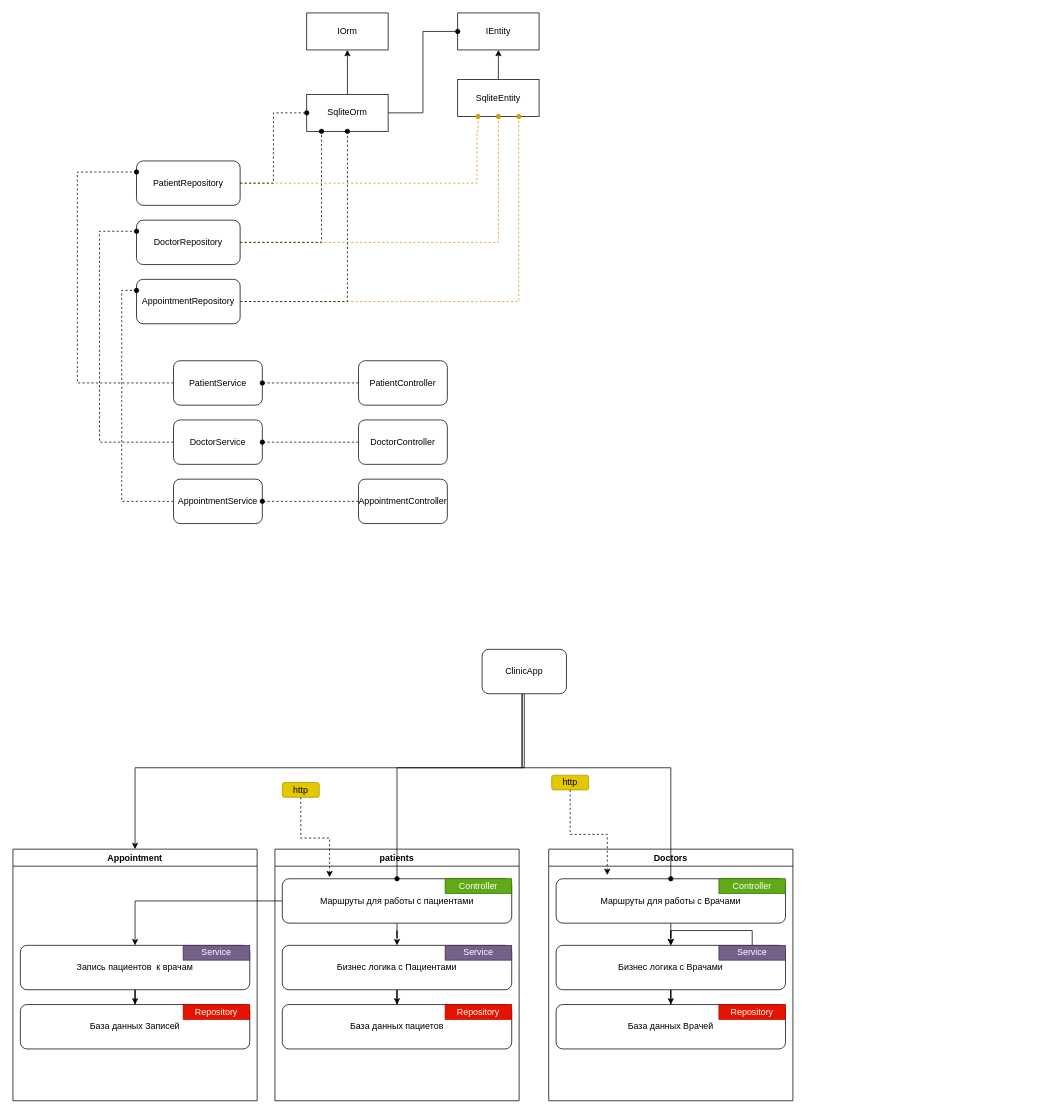
Above: WeeklyClinic.drawio in Pixelzzz99/WeeklyClinic (draw.io), before the change. Source tidied: cells renumbered, new cells numbered last; positions are measured from the earlier drawing's top-left corner, leaving out a move shared by most shapes. Both pictures are drawn from the tidied source at 74%, with x=0, y=0 at pixel (13, 13).
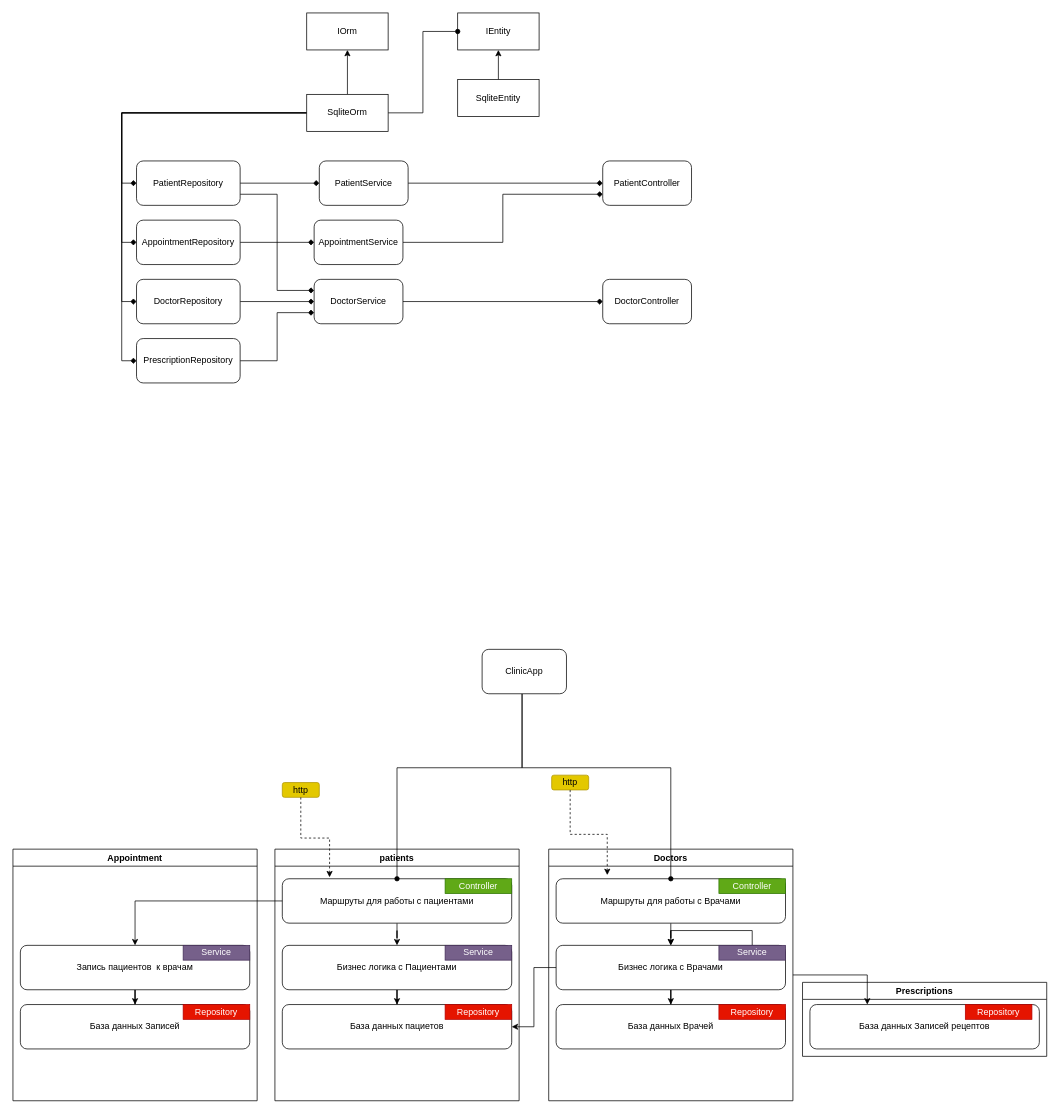
The same diagram, later.

The change refers to these unchanged cells:
```xml
<mxCell id="6" value="SqliteOrm" style="html=1;whiteSpace=wrap;" parent="1" vertex="1">
  <mxGeometry x="397" y="110" width="110" height="50" as="geometry" />
</mxCell>
<mxCell id="8" value="SqliteEntity" style="html=1;whiteSpace=wrap;" parent="1" vertex="1">
  <mxGeometry x="601" y="90" width="110" height="50" as="geometry" />
</mxCell>
<mxCell id="16" value="База данных пациетов" style="rounded=1;whiteSpace=wrap;html=1;align=center;" parent="9" vertex="1">
  <mxGeometry x="10" y="210" width="310" height="60" as="geometry" />
</mxCell>
<mxCell id="18" value="Doctors" style="swimlane;whiteSpace=wrap;html=1;" parent="1" vertex="1">
  <mxGeometry x="724" y="1130" width="330" height="340" as="geometry" />
</mxCell>
<mxCell id="23" value="Бизнес логика с Врачами" style="rounded=1;whiteSpace=wrap;html=1;align=center;" parent="18" vertex="1">
  <mxGeometry x="10" y="130" width="310" height="60" as="geometry" />
</mxCell>
<mxCell id="35" value="ClinicApp" style="rounded=1;whiteSpace=wrap;html=1;" parent="1" vertex="1">
  <mxGeometry x="634" y="860" width="114" height="60" as="geometry" />
</mxCell>
<mxCell id="36" value="Appointment" style="swimlane;whiteSpace=wrap;html=1;" parent="1" vertex="1">
  <mxGeometry y="1130" width="330" height="340" as="geometry" />
</mxCell>
<mxCell id="44" value="PatientRepository" style="rounded=1;whiteSpace=wrap;html=1;" parent="1" vertex="1">
  <mxGeometry x="167" y="200" width="140" height="60" as="geometry" />
</mxCell>
```

Diff of the diagram source:
```diff
@@
+    <mxCell id="64" value="Prescriptions" style="swimlane;whiteSpace=wrap;html=1;" parent="1" vertex="1">
+      <mxGeometry x="1067" y="1310" width="330" height="100" as="geometry" />
+    </mxCell>
+    <mxCell id="65" value="База данных Записей рецептов" style="rounded=1;whiteSpace=wrap;html=1;align=center;" parent="64" vertex="1">
+      <mxGeometry x="10" y="30" width="310" height="60" as="geometry" />
+    </mxCell>
+    <mxCell id="66" value="Repository" style="rounded=0;whiteSpace=wrap;html=1;fillColor=#e51400;strokeColor=#B20000;fontColor=#ffffff;" parent="64" vertex="1">
+      <mxGeometry x="220" y="30" width="90" height="20" as="geometry" />
+    </mxCell>
@@
+    <mxCell id="67" style="edgeStyle=orthogonalEdgeStyle;rounded=0;jettySize=auto;html=1;entryX=0;entryY=0.5;entryDx=0;entryDy=0;endArrow=diamond;endFill=1;" parent="1" edge="1" source="6" target="44">
+      <mxGeometry relative="1" as="geometry" />
+    </mxCell>
+    <mxCell id="68" style="edgeStyle=orthogonalEdgeStyle;rounded=0;jettySize=auto;html=1;entryX=0;entryY=0.5;entryDx=0;entryDy=0;endArrow=diamond;endFill=1;" parent="1" edge="1" source="6" target="50">
+      <mxGeometry relative="1" as="geometry" />
+    </mxCell>
+    <mxCell id="69" style="edgeStyle=orthogonalEdgeStyle;rounded=0;jettySize=auto;html=1;entryX=0;entryY=0.5;entryDx=0;entryDy=0;endArrow=diamond;endFill=1;" parent="1" edge="1" source="6" target="47">
+      <mxGeometry relative="1" as="geometry" />
+    </mxCell>
+    <mxCell id="70" style="edgeStyle=orthogonalEdgeStyle;rounded=0;jettySize=auto;html=1;entryX=0;entryY=0.5;entryDx=0;entryDy=0;endArrow=diamond;endFill=1;" parent="1" edge="1" source="6" target="81">
+      <mxGeometry relative="1" as="geometry" />
+    </mxCell>
@@
+    <mxCell id="71" style="edgeStyle=orthogonalEdgeStyle;rounded=0;jettySize=auto;html=1;entryX=0.25;entryY=0;entryDx=0;entryDy=0;" parent="1" edge="1" source="18" target="65">
+      <mxGeometry relative="1" as="geometry" />
+    </mxCell>
@@
-    <mxCell id="34" style="edgeStyle=orthogonalEdgeStyle;rounded=0;jettySize=auto;html=1;entryX=0.5;entryY=0;entryDx=0;entryDy=0;" parent="1" edge="1" source="35" target="36">
-      <mxGeometry relative="1" as="geometry">
-        <Array as="points">
-          <mxPoint x="691" y="1020" />
-          <mxPoint x="165" y="1020" />
-        </Array>
-      </mxGeometry>
-    </mxCell>
@@
-    <mxCell id="42" style="edgeStyle=orthogonalEdgeStyle;rounded=0;jettySize=auto;html=1;entryX=0.25;entryY=1;entryDx=0;entryDy=0;endArrow=oval;endFill=1;fillColor=#ffe6cc;strokeColor=#d79b00;dashed=1;" parent="1" edge="1" source="44" target="8">
-      <mxGeometry relative="1" as="geometry">
-        <Array as="points">
-          <mxPoint x="627" y="230" />
-          <mxPoint x="627" y="160" />
-        </Array>
-      </mxGeometry>
-    </mxCell>
-    <mxCell id="43" style="edgeStyle=orthogonalEdgeStyle;rounded=0;jettySize=auto;html=1;entryX=0;entryY=0.5;entryDx=0;entryDy=0;endArrow=oval;endFill=1;dashed=1;" parent="1" edge="1" source="44" target="6">
-      <mxGeometry relative="1" as="geometry" />
-    </mxCell>
+    <mxCell id="72" style="edgeStyle=orthogonalEdgeStyle;rounded=0;jettySize=auto;html=1;entryX=0;entryY=0.5;entryDx=0;entryDy=0;endArrow=diamond;endFill=1;" parent="1" edge="1" source="44" target="52">
+      <mxGeometry relative="1" as="geometry" />
+    </mxCell>
+    <mxCell id="73" style="edgeStyle=orthogonalEdgeStyle;rounded=0;jettySize=auto;html=1;exitX=1;exitY=0.75;exitDx=0;exitDy=0;entryX=0;entryY=0.25;entryDx=0;entryDy=0;endArrow=diamond;endFill=1;" parent="1" edge="1" source="44" target="54">
+      <mxGeometry relative="1" as="geometry" />
+    </mxCell>
@@
-    <mxCell id="45" style="edgeStyle=orthogonalEdgeStyle;rounded=0;jettySize=auto;html=1;endArrow=oval;endFill=1;fillColor=#ffe6cc;strokeColor=#d79b00;dashed=1;" parent="1" edge="1" source="47" target="8">
-      <mxGeometry relative="1" as="geometry" />
-    </mxCell>
-    <mxCell id="46" style="edgeStyle=orthogonalEdgeStyle;rounded=0;jettySize=auto;html=1;endArrow=oval;endFill=1;dashed=1;" parent="1" edge="1" source="47" target="6">
-      <mxGeometry relative="1" as="geometry">
-        <Array as="points">
-          <mxPoint x="417" y="310" />
-        </Array>
-      </mxGeometry>
-    </mxCell>
+    <mxCell id="74" style="edgeStyle=orthogonalEdgeStyle;rounded=0;jettySize=auto;html=1;entryX=0;entryY=0.5;entryDx=0;entryDy=0;endArrow=diamond;endFill=1;" parent="1" edge="1" source="47" target="54">
+      <mxGeometry relative="1" as="geometry" />
+    </mxCell>
     <mxCell id="47" value="DoctorRepository" style="rounded=1;whiteSpace=wrap;html=1;" parent="1" vertex="1">
-      <mxGeometry x="167" y="280" width="140" height="60" as="geometry" />
+      <mxGeometry x="167" y="360" width="140" height="60" as="geometry" />
     </mxCell>
-    <mxCell id="48" style="edgeStyle=orthogonalEdgeStyle;rounded=0;jettySize=auto;html=1;endArrow=oval;endFill=1;fillColor=#ffe6cc;strokeColor=#d79b00;dashed=1;entryX=0.75;entryY=1;entryDx=0;entryDy=0;" parent="1" edge="1" source="50" target="8">
-      <mxGeometry relative="1" as="geometry">
-        <Array as="points">
-          <mxPoint x="684" y="390" />
-        </Array>
-      </mxGeometry>
-    </mxCell>
-    <mxCell id="49" style="edgeStyle=orthogonalEdgeStyle;rounded=0;jettySize=auto;html=1;entryX=0.5;entryY=1;entryDx=0;entryDy=0;endArrow=oval;endFill=1;dashed=1;" parent="1" edge="1" source="50" target="6">
-      <mxGeometry relative="1" as="geometry" />
-    </mxCell>
+    <mxCell id="75" style="edgeStyle=orthogonalEdgeStyle;rounded=0;jettySize=auto;html=1;entryX=0;entryY=0.5;entryDx=0;entryDy=0;endArrow=diamond;endFill=1;" parent="1" edge="1" source="50" target="56">
+      <mxGeometry relative="1" as="geometry" />
+    </mxCell>
     <mxCell id="50" value="AppointmentRepository" style="rounded=1;whiteSpace=wrap;html=1;" parent="1" vertex="1">
-      <mxGeometry x="167" y="360" width="140" height="60" as="geometry" />
+      <mxGeometry x="167" y="280" width="140" height="60" as="geometry" />
     </mxCell>
-    <mxCell id="51" style="edgeStyle=orthogonalEdgeStyle;rounded=0;jettySize=auto;html=1;entryX=0;entryY=0.25;entryDx=0;entryDy=0;endArrow=oval;endFill=1;dashed=1;" parent="1" edge="1" source="52" target="44">
-      <mxGeometry relative="1" as="geometry">
-        <Array as="points">
-          <mxPoint x="87" y="500" />
-          <mxPoint x="87" y="215" />
-        </Array>
-      </mxGeometry>
-    </mxCell>
+    <mxCell id="76" style="edgeStyle=orthogonalEdgeStyle;rounded=0;jettySize=auto;html=1;entryX=0;entryY=0.5;entryDx=0;entryDy=0;endArrow=diamond;endFill=1;" parent="1" edge="1" source="52" target="58">
+      <mxGeometry relative="1" as="geometry" />
+    </mxCell>
     <mxCell id="52" value="PatientService" style="rounded=1;whiteSpace=wrap;html=1;" parent="1" vertex="1">
-      <mxGeometry x="217" y="470" width="120" height="60" as="geometry" />
+      <mxGeometry x="414" y="200" width="120" height="60" as="geometry" />
     </mxCell>
-    <mxCell id="53" style="edgeStyle=orthogonalEdgeStyle;rounded=0;jettySize=auto;html=1;entryX=0;entryY=0.25;entryDx=0;entryDy=0;endArrow=oval;endFill=1;dashed=1;" parent="1" edge="1" source="54" target="47">
-      <mxGeometry relative="1" as="geometry">
-        <Array as="points">
-          <mxPoint x="117" y="580" />
-          <mxPoint x="117" y="295" />
-        </Array>
-      </mxGeometry>
-    </mxCell>
+    <mxCell id="77" style="edgeStyle=orthogonalEdgeStyle;rounded=0;jettySize=auto;html=1;entryX=0;entryY=0.5;entryDx=0;entryDy=0;endArrow=diamond;endFill=1;" parent="1" edge="1" source="54" target="60">
+      <mxGeometry relative="1" as="geometry" />
+    </mxCell>
     <mxCell id="54" value="DoctorService" style="rounded=1;whiteSpace=wrap;html=1;" parent="1" vertex="1">
-      <mxGeometry x="217" y="550" width="120" height="60" as="geometry" />
+      <mxGeometry x="407" y="360" width="120" height="60" as="geometry" />
     </mxCell>
-    <mxCell id="55" style="edgeStyle=orthogonalEdgeStyle;rounded=0;jettySize=auto;html=1;entryX=0;entryY=0.25;entryDx=0;entryDy=0;endArrow=oval;endFill=1;dashed=1;" parent="1" edge="1" source="56" target="50">
-      <mxGeometry relative="1" as="geometry">
-        <Array as="points">
-          <mxPoint x="147" y="660" />
-          <mxPoint x="147" y="375" />
-        </Array>
-      </mxGeometry>
-    </mxCell>
+    <mxCell id="78" style="edgeStyle=orthogonalEdgeStyle;rounded=0;jettySize=auto;html=1;entryX=0;entryY=0.75;entryDx=0;entryDy=0;endArrow=diamond;endFill=1;" parent="1" edge="1" source="56" target="58">
+      <mxGeometry relative="1" as="geometry" />
+    </mxCell>
     <mxCell id="56" value="AppointmentService" style="rounded=1;whiteSpace=wrap;html=1;" parent="1" vertex="1">
-      <mxGeometry x="217" y="630" width="120" height="60" as="geometry" />
+      <mxGeometry x="407" y="280" width="120" height="60" as="geometry" />
     </mxCell>
-    <mxCell id="57" style="edgeStyle=orthogonalEdgeStyle;rounded=0;jettySize=auto;html=1;entryX=1;entryY=0.5;entryDx=0;entryDy=0;endArrow=oval;endFill=1;dashed=1;" parent="1" edge="1" source="58" target="52">
-      <mxGeometry relative="1" as="geometry" />
-    </mxCell>
     <mxCell id="58" value="PatientController" style="rounded=1;whiteSpace=wrap;html=1;" parent="1" vertex="1">
-      <mxGeometry x="467" y="470" width="120" height="60" as="geometry" />
+      <mxGeometry x="797" y="200" width="120" height="60" as="geometry" />
     </mxCell>
-    <mxCell id="59" style="edgeStyle=orthogonalEdgeStyle;rounded=0;jettySize=auto;html=1;entryX=1;entryY=0.5;entryDx=0;entryDy=0;dashed=1;endArrow=oval;endFill=1;" parent="1" edge="1" source="60" target="54">
-      <mxGeometry relative="1" as="geometry" />
-    </mxCell>
     <mxCell id="60" value="DoctorController" style="rounded=1;whiteSpace=wrap;html=1;" parent="1" vertex="1">
-      <mxGeometry x="467" y="550" width="120" height="60" as="geometry" />
+      <mxGeometry x="797" y="360" width="120" height="60" as="geometry" />
     </mxCell>
-    <mxCell id="61" style="edgeStyle=orthogonalEdgeStyle;rounded=0;jettySize=auto;html=1;entryX=1;entryY=0.5;entryDx=0;entryDy=0;endArrow=oval;endFill=1;dashed=1;" parent="1" edge="1" source="62" target="56">
-      <mxGeometry relative="1" as="geometry" />
-    </mxCell>
-    <mxCell id="62" value="AppointmentController" style="rounded=1;whiteSpace=wrap;html=1;" parent="1" vertex="1">
-      <mxGeometry x="467" y="630" width="120" height="60" as="geometry" />
-    </mxCell>
@@
+    <mxCell id="79" style="edgeStyle=orthogonalEdgeStyle;rounded=0;jettySize=auto;html=1;entryX=1;entryY=0.5;entryDx=0;entryDy=0;" parent="1" edge="1" source="23" target="16">
+      <mxGeometry relative="1" as="geometry" />
+    </mxCell>
+    <mxCell id="80" style="edgeStyle=orthogonalEdgeStyle;rounded=0;jettySize=auto;html=1;entryX=0;entryY=0.75;entryDx=0;entryDy=0;endArrow=diamond;endFill=1;" parent="1" edge="1" source="81" target="54">
+      <mxGeometry relative="1" as="geometry" />
+    </mxCell>
+    <mxCell id="81" value="PrescriptionRepository" style="rounded=1;whiteSpace=wrap;html=1;" parent="1" vertex="1">
+      <mxGeometry x="167" y="440" width="140" height="60" as="geometry" />
+    </mxCell>
```
